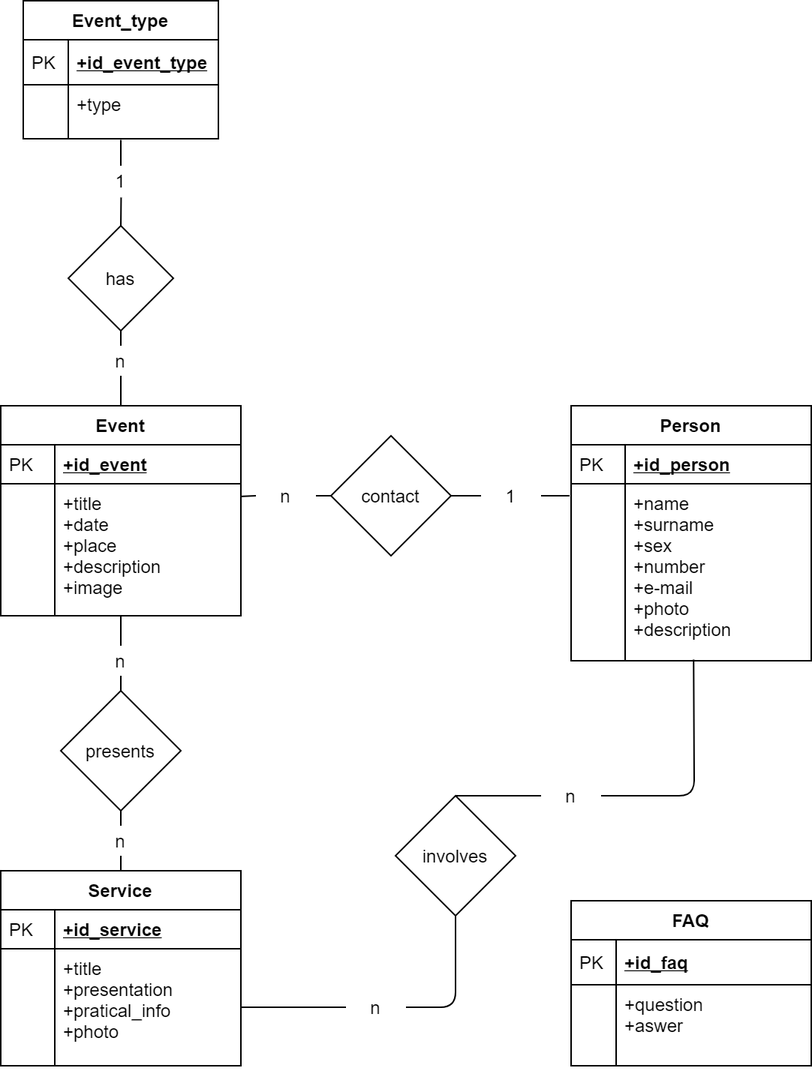
Before: Design-Document/assets/ER_diagram.png, a diagram exported from draw.io (alepas/hypermidia-project). Source tidied: cells renumbered, new cells last; positions are measured from the earlier drawing's top-left corner, leaving out a move shared by most shapes.
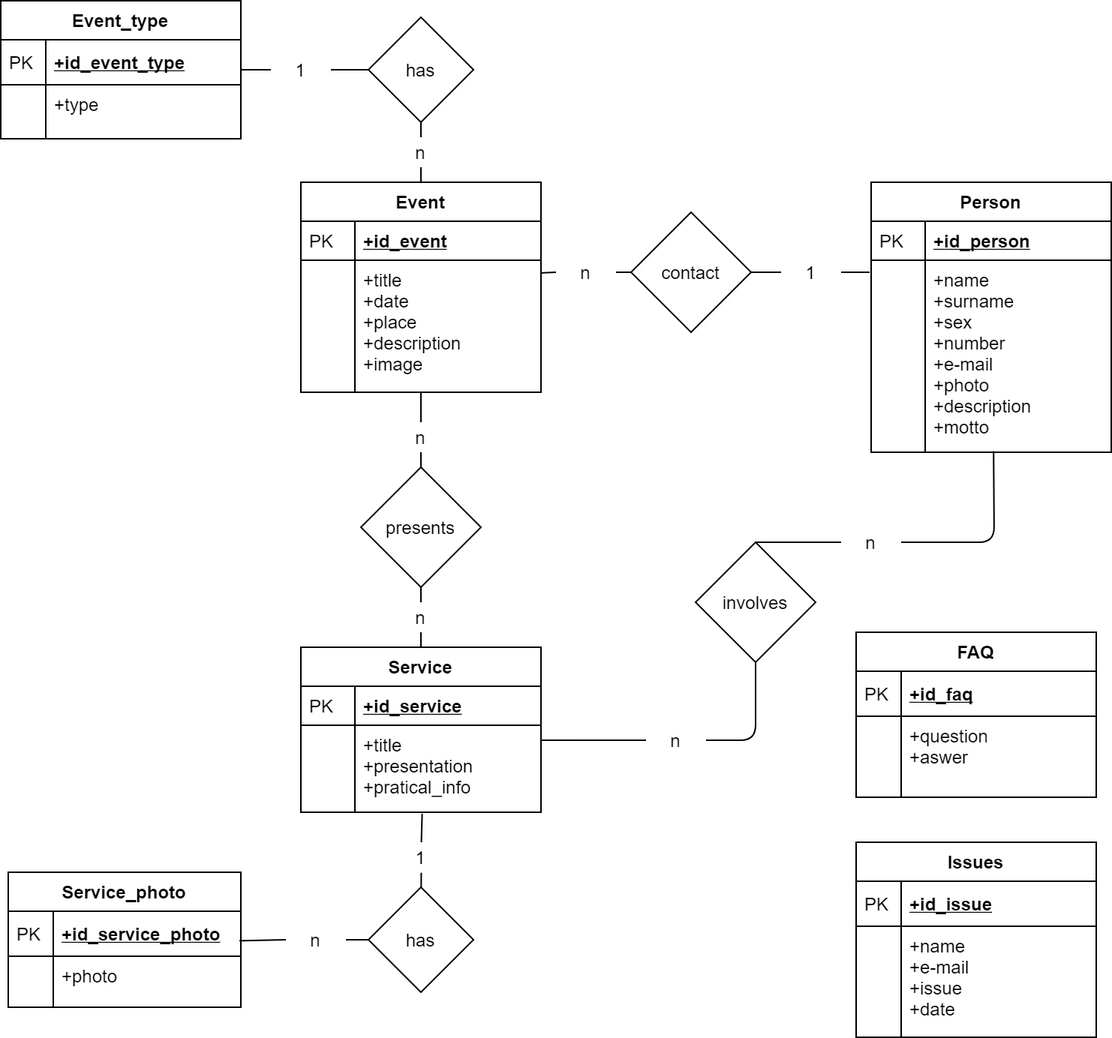
After the change.

Change to the diagram source:
```diff
@@ -29,32 +29,32 @@
       <mxGeometry relative="1" as="geometry" />
     </mxCell>
     <mxCell id="10" value="involves" style="rhombus;whiteSpace=wrap;html=1;" parent="1" vertex="1">
-      <mxGeometry x="263" y="530" width="80" height="80" as="geometry" />
+      <mxGeometry x="263" y="510" width="80" height="80" as="geometry" />
     </mxCell>
     <mxCell id="11" style="endArrow=none;html=1;exitX=1;exitY=0.5;exitDx=0;exitDy=0;entryX=0.5;entryY=1;entryDx=0;entryDy=0;" parent="1" edge="1" source="15" target="10">
       <mxGeometry relative="1" as="geometry">
         <Array as="points">
-          <mxPoint x="303" y="671" />
+          <mxPoint x="303" y="642" />
         </Array>
       </mxGeometry>
     </mxCell>
     <mxCell id="12" style="endArrow=none;html=1;exitX=1;exitY=0.5;exitDx=0;exitDy=0;entryX=0.51;entryY=0.994;entryDx=0;entryDy=0;entryPerimeter=0;" parent="1" edge="1" source="13" target="32">
       <mxGeometry relative="1" as="geometry">
         <Array as="points">
-          <mxPoint x="462" y="530" />
+          <mxPoint x="462" y="510" />
         </Array>
       </mxGeometry>
     </mxCell>
     <mxCell id="13" value="n" style="text;html=1;strokeColor=none;fillColor=none;align=center;verticalAlign=middle;whiteSpace=wrap;rounded=0;" parent="1" vertex="1">
-      <mxGeometry x="360" y="520" width="40" height="20" as="geometry" />
+      <mxGeometry x="360" y="500" width="40" height="20" as="geometry" />
     </mxCell>
     <mxCell id="14" style="endArrow=none;html=1;exitX=0.5;exitY=0;exitDx=0;exitDy=0;entryX=0;entryY=0.5;entryDx=0;entryDy=0;" parent="1" edge="1" source="10" target="13">
       <mxGeometry relative="1" as="geometry" />
     </mxCell>
     <mxCell id="15" value="n" style="text;html=1;strokeColor=none;fillColor=none;align=center;verticalAlign=middle;whiteSpace=wrap;rounded=0;" parent="1" vertex="1">
-      <mxGeometry x="230" y="661" width="40" height="20" as="geometry" />
+      <mxGeometry x="230" y="632" width="40" height="20" as="geometry" />
     </mxCell>
-    <mxCell id="16" style="endArrow=none;html=1;exitX=1;exitY=0.5;exitDx=0;exitDy=0;entryX=0;entryY=0.5;entryDx=0;entryDy=0;" parent="1" edge="1" source="57" target="15">
+    <mxCell id="16" style="endArrow=none;html=1;entryX=0;entryY=0.5;entryDx=0;entryDy=0;exitX=1;exitY=0.172;exitDx=0;exitDy=0;exitPerimeter=0;" parent="1" edge="1" source="57" target="15">
       <mxGeometry relative="1" as="geometry" />
     </mxCell>
     <mxCell id="17" value="n" style="text;html=1;strokeColor=none;fillColor=none;align=center;verticalAlign=middle;whiteSpace=wrap;rounded=0;" parent="1" vertex="1">
@@ -70,19 +70,19 @@
       <mxGeometry relative="1" as="geometry" />
     </mxCell>
     <mxCell id="21" value="has" style="rhombus;whiteSpace=wrap;html=1;fontSize=12;" parent="1" vertex="1">
-      <mxGeometry x="45" y="150" width="70" height="70" as="geometry" />
+      <mxGeometry x="45" y="160" width="70" height="70" as="geometry" />
     </mxCell>
     <mxCell id="22" style="endArrow=none;html=1;fontSize=12;exitX=0.5;exitY=0;exitDx=0;exitDy=0;entryX=0.5;entryY=1;entryDx=0;entryDy=0;" parent="1" edge="1" source="25" target="21">
       <mxGeometry relative="1" as="geometry" />
     </mxCell>
-    <mxCell id="23" style="endArrow=none;html=1;fontSize=12;exitX=0.5;exitY=0;exitDx=0;exitDy=0;entryX=0.5;entryY=1.078;entryDx=0;entryDy=0;entryPerimeter=0;" parent="1" edge="1" source="24" target="44">
+    <mxCell id="23" style="endArrow=none;html=1;fontSize=12;exitX=0;exitY=0.5;exitDx=0;exitDy=0;entryX=1;entryY=0.5;entryDx=0;entryDy=0;" parent="1" edge="1" source="24" target="39">
       <mxGeometry relative="1" as="geometry" />
     </mxCell>
     <mxCell id="24" value="1" style="text;html=1;strokeColor=none;fillColor=none;align=center;verticalAlign=middle;whiteSpace=wrap;rounded=0;fontSize=12;" parent="1" vertex="1">
-      <mxGeometry x="60" y="110" width="40" height="20" as="geometry" />
+      <mxGeometry x="-20" y="185" width="40" height="20" as="geometry" />
     </mxCell>
     <mxCell id="25" value="n" style="text;html=1;strokeColor=none;fillColor=none;align=center;verticalAlign=middle;whiteSpace=wrap;rounded=0;fontSize=12;" parent="1" vertex="1">
-      <mxGeometry x="60" y="230" width="40" height="20" as="geometry" />
+      <mxGeometry x="60" y="240" width="40" height="20" as="geometry" />
     </mxCell>
     <mxCell id="26" style="endArrow=none;html=1;fontSize=12;exitX=0.5;exitY=0;exitDx=0;exitDy=0;entryX=0.5;entryY=1;entryDx=0;entryDy=0;" parent="1" edge="1" source="34" target="25">
       <mxGeometry relative="1" as="geometry" />
@@ -93,8 +93,32 @@
     <mxCell id="28" style="endArrow=none;html=1;exitX=1;exitY=0.5;exitDx=0;exitDy=0;" parent="1" edge="1" source="2" target="27">
       <mxGeometry relative="1" as="geometry" />
     </mxCell>
+    <mxCell id="46" style="endArrow=none;html=1;fontSize=12;exitX=0;exitY=0.5;exitDx=0;exitDy=0;" parent="1" edge="1" source="21" target="24">
+      <mxGeometry relative="1" as="geometry" />
+    </mxCell>
+    <mxCell id="59" value="has" style="rhombus;whiteSpace=wrap;html=1;fontSize=12;" parent="1" vertex="1">
+      <mxGeometry x="45" y="740" width="70" height="70" as="geometry" />
+    </mxCell>
+    <mxCell id="60" style="endArrow=none;html=1;fontSize=12;entryX=0;entryY=0.5;entryDx=0;entryDy=0;exitX=1;exitY=0.5;exitDx=0;exitDy=0;" parent="1" edge="1" source="64" target="59">
+      <mxGeometry relative="1" as="geometry" />
+    </mxCell>
+    <mxCell id="61" style="endArrow=none;html=1;fontSize=12;entryX=0.505;entryY=1.019;entryDx=0;entryDy=0;entryPerimeter=0;" parent="1" edge="1" source="62" target="57">
+      <mxGeometry relative="1" as="geometry" />
+    </mxCell>
+    <mxCell id="62" value="1" style="text;html=1;strokeColor=none;fillColor=none;align=center;verticalAlign=middle;whiteSpace=wrap;rounded=0;fontSize=12;" parent="1" vertex="1">
+      <mxGeometry x="60" y="710" width="40" height="20" as="geometry" />
+    </mxCell>
+    <mxCell id="63" style="endArrow=none;html=1;fontSize=12;entryX=0.505;entryY=1.019;entryDx=0;entryDy=0;entryPerimeter=0;" parent="1" edge="1" source="59" target="62">
+      <mxGeometry relative="1" as="geometry" />
+    </mxCell>
+    <mxCell id="64" value="n" style="text;html=1;strokeColor=none;fillColor=none;align=center;verticalAlign=middle;whiteSpace=wrap;rounded=0;fontSize=12;" parent="1" vertex="1">
+      <mxGeometry x="-10" y="765" width="40" height="20" as="geometry" />
+    </mxCell>
+    <mxCell id="65" style="endArrow=none;html=1;fontSize=12;entryX=0;entryY=0.5;entryDx=0;entryDy=0;exitX=0.994;exitY=0.656;exitDx=0;exitDy=0;exitPerimeter=0;" parent="1" edge="1" source="67" target="64">
+      <mxGeometry relative="1" as="geometry" />
+    </mxCell>
     <mxCell id="29" value="Person" style="swimlane;fontStyle=1;horizontal=1;startSize=26;rounded=0;shadow=0;strokeWidth=1;" parent="1" vertex="1">
-      <mxGeometry x="380" y="270" width="160" height="170" as="geometry" />
+      <mxGeometry x="380" y="270" width="160" height="180" as="geometry" />
     </mxCell>
     <mxCell id="30" value="+id_person" style="shape=partialRectangle;top=0;left=0;right=0;bottom=1;align=left;verticalAlign=top;fillColor=none;spacingLeft=40;spacingRight=4;overflow=hidden;rounded=0;shadow=0;strokeWidth=1;fontStyle=5;" parent="29" vertex="1">
       <mxGeometry y="26" width="160" height="26" as="geometry" />
@@ -102,11 +126,11 @@
     <mxCell id="31" value="PK" style="shape=partialRectangle;top=0;left=0;bottom=0;fillColor=none;align=left;verticalAlign=top;spacingLeft=4;spacingRight=4;overflow=hidden;" parent="30" vertex="1">
       <mxGeometry width="36" height="26" as="geometry" />
     </mxCell>
-    <mxCell id="32" value="+name&#10;+surname&#10;+sex&#10;+number&#10;+e-mail&#10;+photo&#10;+description&#10;" style="shape=partialRectangle;top=0;left=0;right=0;bottom=0;align=left;verticalAlign=top;fillColor=none;spacingLeft=40;spacingRight=4;overflow=hidden;points=[[0,0.5],[1,0.5]];portConstraint=eastwest;rounded=0;shadow=0;strokeWidth=1;" parent="29" vertex="1">
-      <mxGeometry y="52" width="160" height="118" as="geometry" />
+    <mxCell id="32" value="+name&#10;+surname&#10;+sex&#10;+number&#10;+e-mail&#10;+photo&#10;+description&#10;+motto" style="shape=partialRectangle;top=0;left=0;right=0;bottom=0;align=left;verticalAlign=top;fillColor=none;spacingLeft=40;spacingRight=4;overflow=hidden;points=[[0,0.5],[1,0.5]];portConstraint=eastwest;rounded=0;shadow=0;strokeWidth=1;" parent="29" vertex="1">
+      <mxGeometry y="52" width="160" height="128" as="geometry" />
     </mxCell>
     <mxCell id="33" style="shape=partialRectangle;top=0;left=0;bottom=0;fillColor=none;align=left;verticalAlign=top;spacingLeft=4;spacingRight=4;overflow=hidden;" parent="32" vertex="1">
-      <mxGeometry width="36" height="118" as="geometry" />
+      <mxGeometry width="36" height="128" as="geometry" />
     </mxCell>
     <mxCell id="34" value="Event" style="swimlane;fontStyle=1;horizontal=1;startSize=26;rounded=0;shadow=0;strokeWidth=1;" parent="1" vertex="1">
       <mxGeometry y="270" width="160" height="140" as="geometry" />
@@ -123,32 +147,65 @@
     <mxCell id="38" style="shape=partialRectangle;top=0;left=0;bottom=0;fillColor=none;align=left;verticalAlign=top;spacingLeft=4;spacingRight=4;overflow=hidden;" parent="37" vertex="1">
       <mxGeometry width="36" height="88" as="geometry" />
     </mxCell>
+    <mxCell id="54" value="Service" style="swimlane;fontStyle=1;horizontal=1;startSize=26;rounded=0;shadow=0;strokeWidth=1;" parent="1" vertex="1">
+      <mxGeometry y="580" width="160" height="110" as="geometry" />
+    </mxCell>
+    <mxCell id="55" value="+id_service" style="shape=partialRectangle;top=0;left=0;right=0;bottom=1;align=left;verticalAlign=top;fillColor=none;spacingLeft=40;spacingRight=4;overflow=hidden;rounded=0;shadow=0;strokeWidth=1;fontStyle=5;" parent="54" vertex="1">
+      <mxGeometry y="26" width="160" height="26" as="geometry" />
+    </mxCell>
+    <mxCell id="56" value="PK" style="shape=partialRectangle;top=0;left=0;bottom=0;fillColor=none;align=left;verticalAlign=top;spacingLeft=4;spacingRight=4;overflow=hidden;" parent="55" vertex="1">
+      <mxGeometry width="36" height="26" as="geometry" />
+    </mxCell>
+    <mxCell id="57" value="+title&#10;+presentation&#10;+pratical_info" style="shape=partialRectangle;top=0;left=0;right=0;bottom=0;align=left;verticalAlign=top;fillColor=none;spacingLeft=40;spacingRight=4;overflow=hidden;points=[[0,0.5],[1,0.5]];portConstraint=eastwest;rounded=0;shadow=0;strokeWidth=1;" parent="54" vertex="1">
+      <mxGeometry y="52" width="160" height="58" as="geometry" />
+    </mxCell>
+    <mxCell id="58" style="shape=partialRectangle;top=0;left=0;bottom=0;fillColor=none;align=left;verticalAlign=top;spacingLeft=4;spacingRight=4;overflow=hidden;" parent="57" vertex="1">
+      <mxGeometry width="36" height="58" as="geometry" />
+    </mxCell>
     <mxCell id="39" value="Event_type" style="swimlane;fontStyle=1;horizontal=1;startSize=26;align=center;fontSize=12;" parent="1" vertex="1">
-      <mxGeometry x="15" width="130" height="92" as="geometry" />
+      <mxGeometry x="-200" y="149" width="160" height="92" as="geometry" />
     </mxCell>
     <mxCell id="40" value="+id_event_type" style="shape=partialRectangle;top=0;left=0;right=0;bottom=1;align=left;verticalAlign=middle;fillColor=none;spacingLeft=34;spacingRight=4;overflow=hidden;fontStyle=5;fontSize=12;" parent="39" vertex="1">
-      <mxGeometry y="26" width="130" height="30" as="geometry" />
+      <mxGeometry y="26" width="160" height="30" as="geometry" />
     </mxCell>
     <mxCell id="41" value="PK" style="shape=partialRectangle;top=0;left=0;bottom=0;fillColor=none;align=left;verticalAlign=middle;spacingLeft=4;spacingRight=4;overflow=hidden;fontSize=12;" parent="40" vertex="1">
       <mxGeometry width="30" height="30" as="geometry" />
     </mxCell>
     <mxCell id="42" value="+type" style="shape=partialRectangle;top=0;left=0;right=0;bottom=0;align=left;verticalAlign=top;fillColor=none;spacingLeft=34;spacingRight=4;overflow=hidden;fontSize=12;" parent="39" vertex="1">
-      <mxGeometry y="56" width="130" height="26" as="geometry" />
+      <mxGeometry y="56" width="160" height="26" as="geometry" />
     </mxCell>
     <mxCell id="43" style="shape=partialRectangle;top=0;left=0;bottom=0;fillColor=none;align=left;verticalAlign=top;spacingLeft=4;spacingRight=4;overflow=hidden;fontSize=12;" parent="42" vertex="1">
       <mxGeometry width="30" height="26" as="geometry" />
     </mxCell>
     <mxCell id="44" style="shape=partialRectangle;top=0;left=0;right=0;bottom=0;align=left;verticalAlign=top;fillColor=none;spacingLeft=34;spacingRight=4;overflow=hidden;points=[[0,0.5],[1,0.5]];portConstraint=eastwest;fontSize=12;" parent="39" vertex="1">
-      <mxGeometry y="82" width="130" height="10" as="geometry" />
+      <mxGeometry y="82" width="160" height="10" as="geometry" />
     </mxCell>
     <mxCell id="45" style="shape=partialRectangle;top=0;left=0;bottom=0;fillColor=none;align=left;verticalAlign=top;spacingLeft=4;spacingRight=4;overflow=hidden;fontSize=12;" parent="44" vertex="1">
       <mxGeometry width="30" height="10" as="geometry" />
     </mxCell>
-    <mxCell id="46" style="endArrow=none;html=1;fontSize=12;exitX=0.5;exitY=0;exitDx=0;exitDy=0;entryX=0.505;entryY=1.061;entryDx=0;entryDy=0;entryPerimeter=0;" parent="1" edge="1" source="21" target="24">
-      <mxGeometry relative="1" as="geometry" />
-    </mxCell>
+    <mxCell id="66" value="Service_photo" style="swimlane;fontStyle=1;horizontal=1;startSize=26;align=center;fontSize=12;" parent="1" vertex="1">
+      <mxGeometry x="-195" y="730" width="155" height="90" as="geometry" />
+    </mxCell>
+    <mxCell id="67" value="+id_service_photo" style="shape=partialRectangle;top=0;left=0;right=0;bottom=1;align=left;verticalAlign=middle;fillColor=none;spacingLeft=34;spacingRight=4;overflow=hidden;points=[[0,0.5],[1,0.5]];portConstraint=eastwest;fontStyle=5;fontSize=12;" parent="66" vertex="1">
+      <mxGeometry y="26" width="155" height="30" as="geometry" />
+    </mxCell>
+    <mxCell id="68" value="PK" style="shape=partialRectangle;top=0;left=0;bottom=0;fillColor=none;align=left;verticalAlign=middle;spacingLeft=4;spacingRight=4;overflow=hidden;fontSize=12;" parent="67" vertex="1">
+      <mxGeometry width="30" height="30" as="geometry" />
+    </mxCell>
+    <mxCell id="69" value="+photo" style="shape=partialRectangle;top=0;left=0;right=0;bottom=0;align=left;verticalAlign=top;fillColor=none;spacingLeft=34;spacingRight=4;overflow=hidden;fontSize=12;" parent="66" vertex="1">
+      <mxGeometry y="56" width="155" height="24" as="geometry" />
+    </mxCell>
+    <mxCell id="70" style="shape=partialRectangle;top=0;left=0;bottom=0;fillColor=none;align=left;verticalAlign=top;spacingLeft=4;spacingRight=4;overflow=hidden;fontSize=12;" parent="69" vertex="1">
+      <mxGeometry width="30" height="24" as="geometry" />
+    </mxCell>
+    <mxCell id="71" style="shape=partialRectangle;top=0;left=0;right=0;bottom=0;align=left;verticalAlign=top;fillColor=none;spacingLeft=34;spacingRight=4;overflow=hidden;fontSize=12;" parent="66" vertex="1">
+      <mxGeometry y="80" width="155" height="10" as="geometry" />
+    </mxCell>
+    <mxCell id="72" style="shape=partialRectangle;top=0;left=0;bottom=0;fillColor=none;align=left;verticalAlign=top;spacingLeft=4;spacingRight=4;overflow=hidden;fontSize=12;" parent="71" vertex="1">
+      <mxGeometry width="30" height="10" as="geometry" />
+    </mxCell>
     <mxCell id="47" value="FAQ" style="swimlane;fontStyle=1;horizontal=1;startSize=26;align=center;fontSize=12;" parent="1" vertex="1">
-      <mxGeometry x="380" y="600" width="160" height="110" as="geometry" />
+      <mxGeometry x="370" y="570" width="160" height="110" as="geometry" />
     </mxCell>
     <mxCell id="48" value="+id_faq" style="shape=partialRectangle;top=0;left=0;right=0;bottom=1;align=left;verticalAlign=middle;fillColor=none;spacingLeft=34;spacingRight=4;overflow=hidden;fontStyle=5;fontSize=12;" parent="47" vertex="1">
       <mxGeometry y="26" width="160" height="30" as="geometry" />
@@ -168,20 +225,26 @@
     <mxCell id="53" style="shape=partialRectangle;top=0;left=0;bottom=0;fillColor=none;align=left;verticalAlign=top;spacingLeft=4;spacingRight=4;overflow=hidden;fontSize=12;" parent="52" vertex="1">
       <mxGeometry width="30" height="10" as="geometry" />
     </mxCell>
-    <mxCell id="54" value="Service" style="swimlane;fontStyle=1;horizontal=1;startSize=26;rounded=0;shadow=0;strokeWidth=1;" parent="1" vertex="1">
-      <mxGeometry y="580" width="160" height="130" as="geometry" />
-    </mxCell>
-    <mxCell id="55" value="+id_service" style="shape=partialRectangle;top=0;left=0;right=0;bottom=1;align=left;verticalAlign=top;fillColor=none;spacingLeft=40;spacingRight=4;overflow=hidden;rounded=0;shadow=0;strokeWidth=1;fontStyle=5;" parent="54" vertex="1">
-      <mxGeometry y="26" width="160" height="26" as="geometry" />
-    </mxCell>
-    <mxCell id="56" value="PK" style="shape=partialRectangle;top=0;left=0;bottom=0;fillColor=none;align=left;verticalAlign=top;spacingLeft=4;spacingRight=4;overflow=hidden;" parent="55" vertex="1">
-      <mxGeometry width="36" height="26" as="geometry" />
-    </mxCell>
-    <mxCell id="57" value="+title&#10;+presentation&#10;+pratical_info&#10;+photo" style="shape=partialRectangle;top=0;left=0;right=0;bottom=0;align=left;verticalAlign=top;fillColor=none;spacingLeft=40;spacingRight=4;overflow=hidden;points=[[0,0.5],[1,0.5]];portConstraint=eastwest;rounded=0;shadow=0;strokeWidth=1;" parent="54" vertex="1">
-      <mxGeometry y="52" width="160" height="78" as="geometry" />
-    </mxCell>
-    <mxCell id="58" style="shape=partialRectangle;top=0;left=0;bottom=0;fillColor=none;align=left;verticalAlign=top;spacingLeft=4;spacingRight=4;overflow=hidden;" parent="57" vertex="1">
-      <mxGeometry width="36" height="78" as="geometry" />
-    </mxCell>
+    <mxCell id="73" value="Issues" style="swimlane;fontStyle=1;horizontal=1;startSize=26;align=center;fontSize=12;" parent="1" vertex="1">
+      <mxGeometry x="370" y="710" width="160" height="130" as="geometry" />
+    </mxCell>
+    <mxCell id="74" value="+id_issue" style="shape=partialRectangle;top=0;left=0;right=0;bottom=1;align=left;verticalAlign=middle;fillColor=none;spacingLeft=34;spacingRight=4;overflow=hidden;fontStyle=5;fontSize=12;" parent="73" vertex="1">
+      <mxGeometry y="26" width="160" height="30" as="geometry" />
+    </mxCell>
+    <mxCell id="75" value="PK" style="shape=partialRectangle;top=0;left=0;bottom=0;fillColor=none;align=left;verticalAlign=middle;spacingLeft=4;spacingRight=4;overflow=hidden;fontSize=12;" parent="74" vertex="1">
+      <mxGeometry width="30" height="30" as="geometry" />
+    </mxCell>
+    <mxCell id="76" value="+name&#10;+e-mail&#10;+issue&#10;+date" style="shape=partialRectangle;top=0;left=0;right=0;bottom=0;align=left;verticalAlign=top;fillColor=none;spacingLeft=34;spacingRight=4;overflow=hidden;fontSize=12;" parent="73" vertex="1">
+      <mxGeometry y="56" width="160" height="64" as="geometry" />
+    </mxCell>
+    <mxCell id="77" style="shape=partialRectangle;top=0;left=0;bottom=0;fillColor=none;align=left;verticalAlign=top;spacingLeft=4;spacingRight=4;overflow=hidden;fontSize=12;" parent="76" vertex="1">
+      <mxGeometry width="30" height="64" as="geometry" />
+    </mxCell>
+    <mxCell id="78" style="shape=partialRectangle;top=0;left=0;right=0;bottom=0;align=left;verticalAlign=top;fillColor=none;spacingLeft=34;spacingRight=4;overflow=hidden;fontSize=12;" parent="73" vertex="1">
+      <mxGeometry y="120" width="160" height="10" as="geometry" />
+    </mxCell>
+    <mxCell id="79" style="shape=partialRectangle;top=0;left=0;bottom=0;fillColor=none;align=left;verticalAlign=top;spacingLeft=4;spacingRight=4;overflow=hidden;fontSize=12;" parent="78" vertex="1">
+      <mxGeometry width="30" height="10" as="geometry" />
+    </mxCell>
   </root>
 </mxGraphModel>
```
